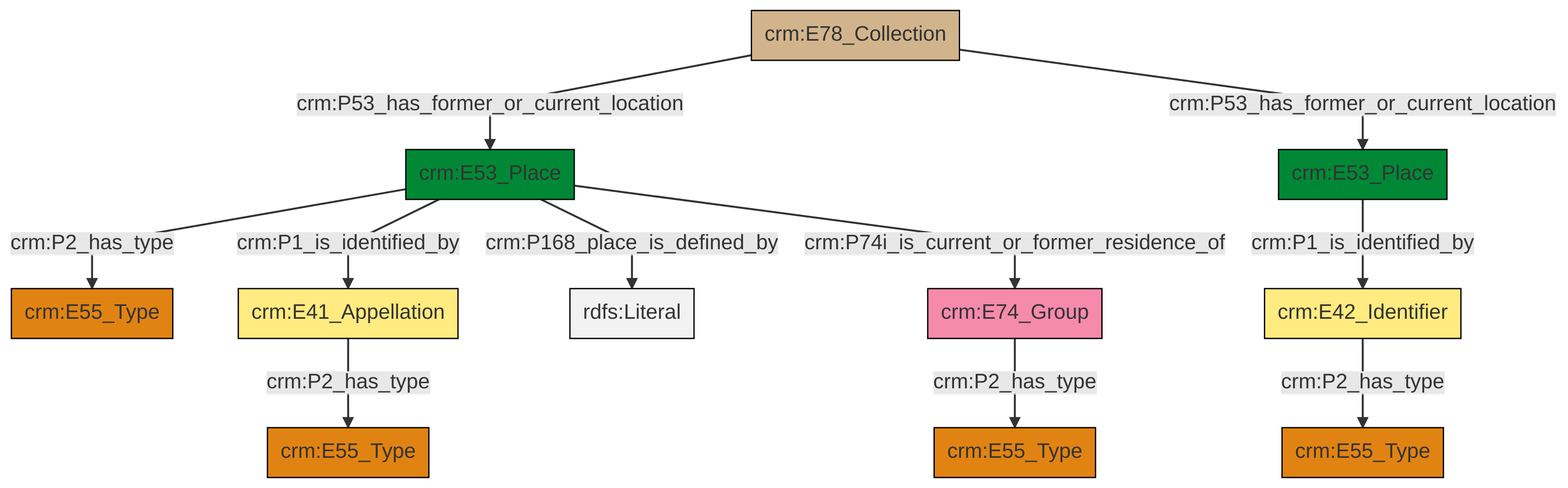
This is et/archivalCSV/ttl/mmd/png/archival_location.png from swiss-art-research-net/docs.swissartresearch, a Mermaid export, as it was before one commit. Its source is kept beside it as et/archivalCSV/ttl/mmd/archival_location.ttl.mmd.
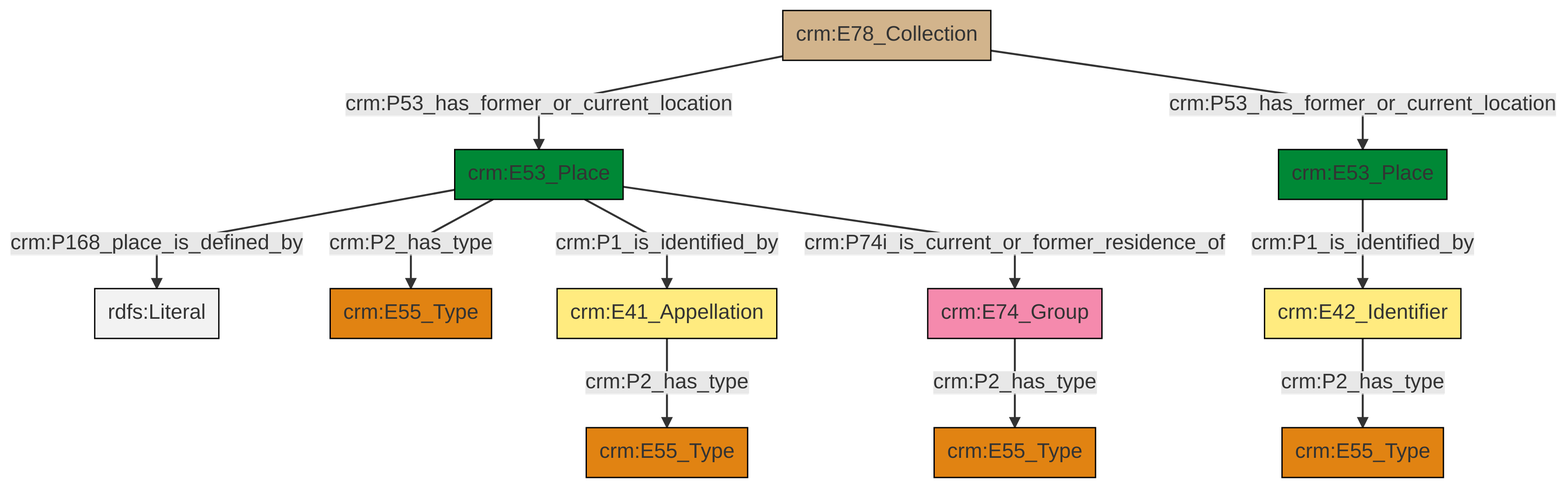
After the commit.

Change to the diagram source:
```diff
@@ -13,13 +13,13 @@
 classDef PC_Classes fill:#4ce600, stroke:#000000;
 classDef Multi fill:#cccccc,stroke:#000000;
 
-2["crm:E42_Identifier"]:::Appellation -->|crm:P2_has_type| 4["crm:E55_Type"]:::Type
-6["crm:E78_Collection"]:::Physical_Thing -->|crm:P53_has_former_or_current_location| 7["crm:E53_Place"]:::Place
-7["crm:E53_Place"]:::Place -->|crm:P2_has_type| 10["crm:E55_Type"]:::Type
-14["crm:E74_Group"]:::Actor -->|crm:P2_has_type| 12["crm:E55_Type"]:::Type
-7["crm:E53_Place"]:::Place -->|crm:P1_is_identified_by| 16["crm:E41_Appellation"]:::Appellation
-7["crm:E53_Place"]:::Place -->|crm:P168_place_is_defined_by| 19[rdfs:Literal]:::Literal
-6["crm:E78_Collection"]:::Physical_Thing -->|crm:P53_has_former_or_current_location| 8["crm:E53_Place"]:::Place
-16["crm:E41_Appellation"]:::Appellation -->|crm:P2_has_type| 0["crm:E55_Type"]:::Type
-8["crm:E53_Place"]:::Place -->|crm:P1_is_identified_by| 2["crm:E42_Identifier"]:::Appellation
-7["crm:E53_Place"]:::Place -->|crm:P74i_is_current_or_former_residence_of| 14["crm:E74_Group"]:::Actor
+0["crm:E53_Place"]:::Place -->|crm:P168_place_is_defined_by| 1[rdfs:Literal]:::Literal
+4["crm:E74_Group"]:::Actor -->|crm:P2_has_type| 5["crm:E55_Type"]:::Type
+6["crm:E42_Identifier"]:::Appellation -->|crm:P2_has_type| 2["crm:E55_Type"]:::Type
+14["crm:E78_Collection"]:::Physical_Thing -->|crm:P53_has_former_or_current_location| 0["crm:E53_Place"]:::Place
+0["crm:E53_Place"]:::Place -->|crm:P2_has_type| 15["crm:E55_Type"]:::Type
+0["crm:E53_Place"]:::Place -->|crm:P1_is_identified_by| 12["crm:E41_Appellation"]:::Appellation
+0["crm:E53_Place"]:::Place -->|crm:P74i_is_current_or_former_residence_of| 4["crm:E74_Group"]:::Actor
+8["crm:E53_Place"]:::Place -->|crm:P1_is_identified_by| 6["crm:E42_Identifier"]:::Appellation
+12["crm:E41_Appellation"]:::Appellation -->|crm:P2_has_type| 10["crm:E55_Type"]:::Type
+14["crm:E78_Collection"]:::Physical_Thing -->|crm:P53_has_former_or_current_location| 8["crm:E53_Place"]:::Place
```
